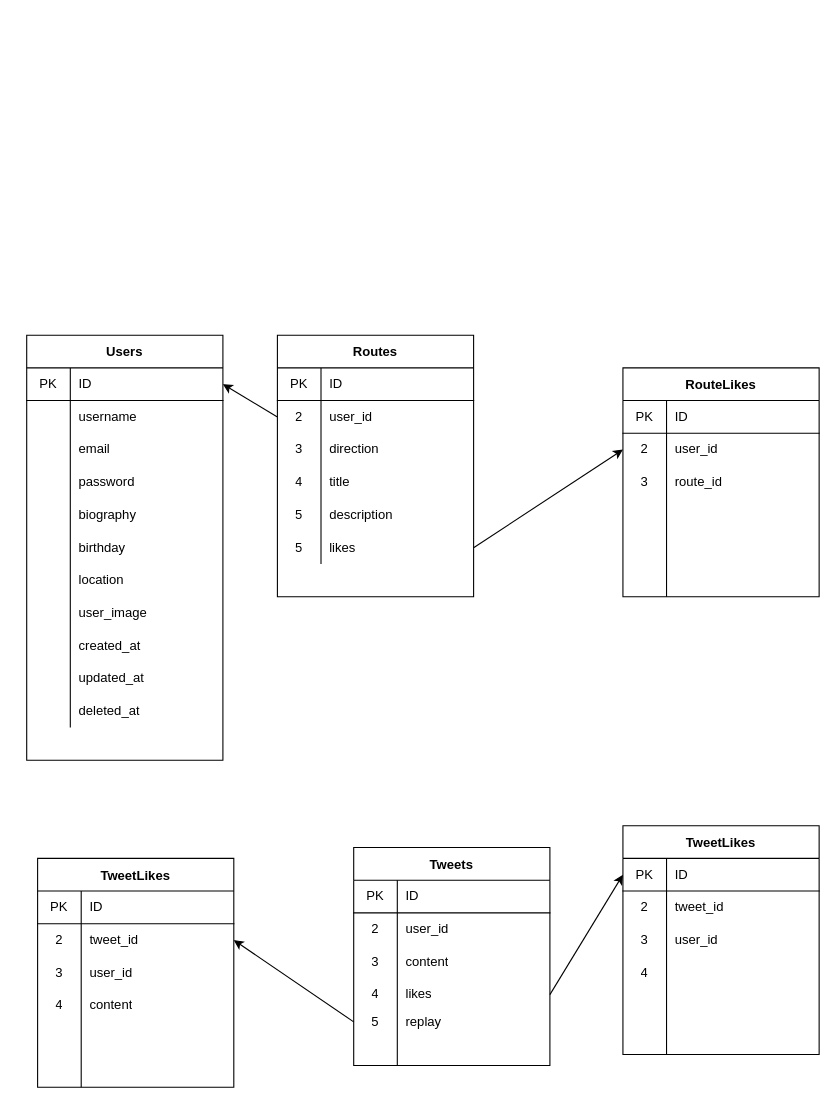
Before: api/ER.drawio in mamyudapao/CyclingRouter, a draw.io diagram. Source tidied: cells renumbered, new cells numbered last; positions are measured from the earlier drawing's top-left corner, leaving out a move shared by most shapes. Both pictures are drawn from the tidied source at 109%, with x=0, y=0 at pixel (26, 335).
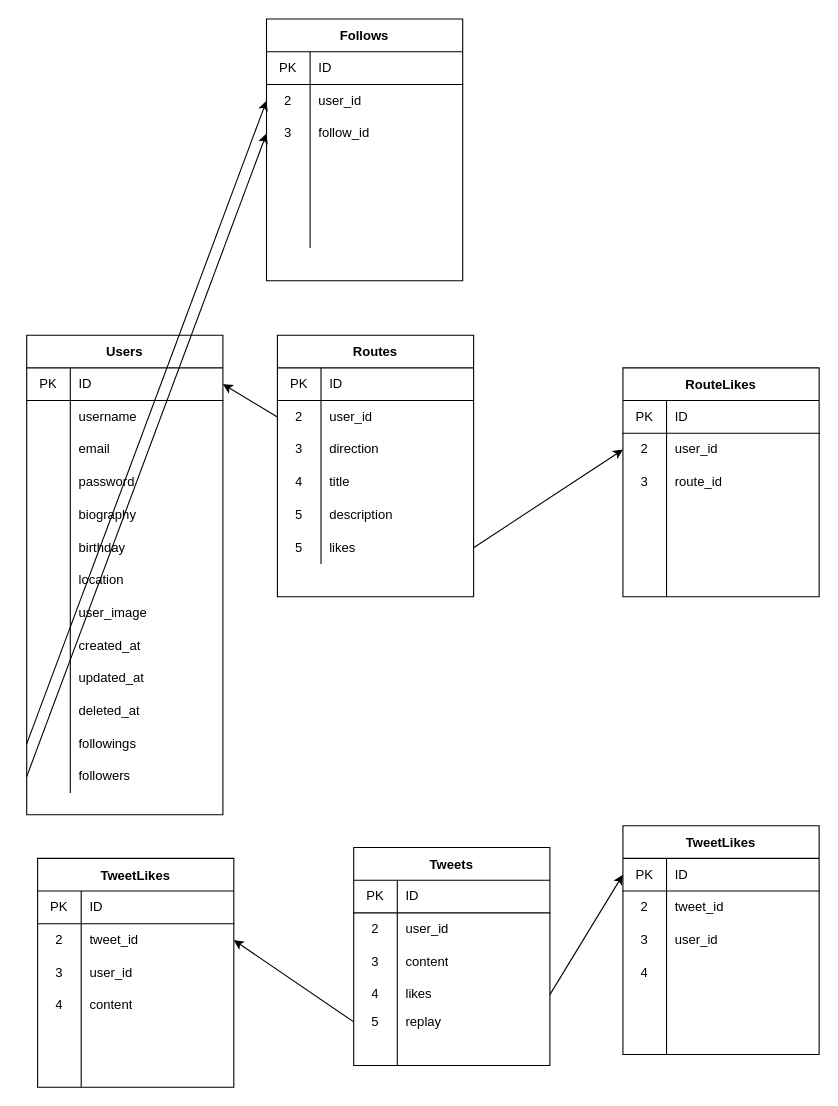
The same diagram, later.

Commit message (it also covers changes not shown here):
feat[api]: implemented follow api

Change to the diagram source:
```diff
@@
     <mxCell id="2" value="Users" style="shape=table;startSize=30;childLayout=tableLayout;rowLines=0;fontStyle=1;align=center;" parent="1" vertex="1">
-      <mxGeometry width="180" height="390" as="geometry" />
+      <mxGeometry width="180" height="440" as="geometry" />
     </mxCell>
@@
+    <mxCell id="135" style="shape=partialRectangle;html=1;whiteSpace=wrap;fillColor=none;top=0;left=0;bottom=0;right=0;" parent="2" vertex="1">
+      <mxGeometry y="330" width="180" height="30" as="geometry" />
+    </mxCell>
+    <mxCell id="136" style="shape=partialRectangle;html=1;whiteSpace=wrap;fillColor=none;top=0;left=0;bottom=0;right=0;overflow=hidden;" parent="135" vertex="1">
+      <mxGeometry width="40" height="30" as="geometry" />
+    </mxCell>
+    <mxCell id="137" value="deleted_at" style="shape=partialRectangle;html=1;whiteSpace=wrap;fillColor=none;top=0;left=0;bottom=0;right=0;align=left;spacingLeft=6;overflow=hidden;" parent="135" vertex="1">
+      <mxGeometry x="40" width="140" height="30" as="geometry" />
+    </mxCell>
+    <mxCell id="138" style="shape=partialRectangle;html=1;whiteSpace=wrap;fillColor=none;top=0;left=0;bottom=0;right=0;points=[[0,0.5],[1,0.5]];portConstraint=eastwest;" parent="2" vertex="1">
+      <mxGeometry y="360" width="180" height="30" as="geometry" />
+    </mxCell>
+    <mxCell id="139" style="shape=partialRectangle;html=1;whiteSpace=wrap;fillColor=none;top=0;left=0;bottom=0;right=0;overflow=hidden;" parent="138" vertex="1">
+      <mxGeometry width="40" height="30" as="geometry" />
+    </mxCell>
+    <mxCell id="140" value="followings" style="shape=partialRectangle;html=1;whiteSpace=wrap;fillColor=none;top=0;left=0;bottom=0;right=0;align=left;spacingLeft=6;overflow=hidden;" parent="138" vertex="1">
+      <mxGeometry x="40" width="140" height="30" as="geometry" />
+    </mxCell>
     <mxCell id="33" style="shape=partialRectangle;html=1;whiteSpace=wrap;fillColor=none;top=0;left=0;bottom=0;right=0;points=[[0,0.5],[1,0.5]];portConstraint=eastwest;" parent="2" vertex="1">
-      <mxGeometry y="330" width="180" height="30" as="geometry" />
+      <mxGeometry y="390" width="180" height="30" as="geometry" />
     </mxCell>
@@
-    <mxCell id="35" value="deleted_at" style="shape=partialRectangle;html=1;whiteSpace=wrap;fillColor=none;top=0;left=0;bottom=0;right=0;align=left;spacingLeft=6;overflow=hidden;" parent="33" vertex="1">
+    <mxCell id="35" value="followers" style="shape=partialRectangle;html=1;whiteSpace=wrap;fillColor=none;top=0;left=0;bottom=0;right=0;align=left;spacingLeft=6;overflow=hidden;" parent="33" vertex="1">
       <mxGeometry x="40" width="140" height="30" as="geometry" />
     </mxCell>
@@
+    <mxCell id="141" value="Follows" style="shape=table;startSize=30;childLayout=tableLayout;rowLines=0;fontStyle=1;align=center;" parent="1" vertex="1">
+      <mxGeometry x="220" y="-290" width="180" height="240" as="geometry" />
+    </mxCell>
+    <mxCell id="142" style="shape=partialRectangle;html=1;whiteSpace=wrap;fillColor=none;top=0;left=0;bottom=1;right=0;" parent="141" vertex="1">
+      <mxGeometry y="30" width="180" height="30" as="geometry" />
+    </mxCell>
+    <mxCell id="143" value="PK&lt;br&gt;" style="shape=partialRectangle;html=1;whiteSpace=wrap;fillColor=none;top=0;left=0;bottom=0;right=0;overflow=hidden;" parent="142" vertex="1">
+      <mxGeometry width="40" height="30" as="geometry" />
+    </mxCell>
+    <mxCell id="144" value="ID" style="shape=partialRectangle;html=1;whiteSpace=wrap;fillColor=none;top=0;left=0;bottom=0;right=0;align=left;spacingLeft=6;overflow=hidden;" parent="142" vertex="1">
+      <mxGeometry x="40" width="140" height="30" as="geometry" />
+    </mxCell>
+    <mxCell id="145" style="shape=partialRectangle;html=1;whiteSpace=wrap;fillColor=none;top=0;left=0;bottom=0;right=0;points=[[0,0.5],[1,0.5]];portConstraint=eastwest;" parent="141" vertex="1">
+      <mxGeometry y="60" width="180" height="30" as="geometry" />
+    </mxCell>
+    <mxCell id="146" value="2" style="shape=partialRectangle;html=1;whiteSpace=wrap;fillColor=none;top=0;left=0;bottom=0;right=0;overflow=hidden;" parent="145" vertex="1">
+      <mxGeometry width="40" height="30" as="geometry" />
+    </mxCell>
+    <mxCell id="147" value="user_id" style="shape=partialRectangle;html=1;whiteSpace=wrap;fillColor=none;top=0;left=0;bottom=0;right=0;align=left;spacingLeft=6;overflow=hidden;" parent="145" vertex="1">
+      <mxGeometry x="40" width="140" height="30" as="geometry" />
+    </mxCell>
+    <mxCell id="148" style="shape=partialRectangle;html=1;whiteSpace=wrap;fillColor=none;top=0;left=0;bottom=0;right=0;points=[[0,0.5],[1,0.5]];portConstraint=eastwest;" parent="141" vertex="1">
+      <mxGeometry y="90" width="180" height="30" as="geometry" />
+    </mxCell>
+    <mxCell id="149" value="3" style="shape=partialRectangle;html=1;whiteSpace=wrap;fillColor=none;top=0;left=0;bottom=0;right=0;overflow=hidden;" parent="148" vertex="1">
+      <mxGeometry width="40" height="30" as="geometry" />
+    </mxCell>
+    <mxCell id="150" value="follow_id" style="shape=partialRectangle;html=1;whiteSpace=wrap;fillColor=none;top=0;left=0;bottom=0;right=0;align=left;spacingLeft=6;overflow=hidden;" parent="148" vertex="1">
+      <mxGeometry x="40" width="140" height="30" as="geometry" />
+    </mxCell>
+    <mxCell id="151" style="shape=partialRectangle;html=1;whiteSpace=wrap;fillColor=none;top=0;left=0;bottom=0;right=0;" parent="141" vertex="1">
+      <mxGeometry y="120" width="180" height="30" as="geometry" />
+    </mxCell>
+    <mxCell id="152" style="shape=partialRectangle;html=1;whiteSpace=wrap;fillColor=none;top=0;left=0;bottom=0;right=0;overflow=hidden;" parent="151" vertex="1">
+      <mxGeometry width="40" height="30" as="geometry" />
+    </mxCell>
+    <mxCell id="153" style="shape=partialRectangle;html=1;whiteSpace=wrap;fillColor=none;top=0;left=0;bottom=0;right=0;align=left;spacingLeft=6;overflow=hidden;" parent="151" vertex="1">
+      <mxGeometry x="40" width="140" height="30" as="geometry" />
+    </mxCell>
+    <mxCell id="154" style="shape=partialRectangle;html=1;whiteSpace=wrap;fillColor=none;top=0;left=0;bottom=0;right=0;" parent="141" vertex="1">
+      <mxGeometry y="150" width="180" height="30" as="geometry" />
+    </mxCell>
+    <mxCell id="155" style="shape=partialRectangle;html=1;whiteSpace=wrap;fillColor=none;top=0;left=0;bottom=0;right=0;overflow=hidden;" parent="154" vertex="1">
+      <mxGeometry width="40" height="30" as="geometry" />
+    </mxCell>
+    <mxCell id="156" style="shape=partialRectangle;html=1;whiteSpace=wrap;fillColor=none;top=0;left=0;bottom=0;right=0;align=left;spacingLeft=6;overflow=hidden;" parent="154" vertex="1">
+      <mxGeometry x="40" width="140" height="30" as="geometry" />
+    </mxCell>
+    <mxCell id="157" style="shape=partialRectangle;html=1;whiteSpace=wrap;fillColor=none;top=0;left=0;bottom=0;right=0;" parent="141" vertex="1">
+      <mxGeometry y="180" width="180" height="30" as="geometry" />
+    </mxCell>
+    <mxCell id="158" style="shape=partialRectangle;html=1;whiteSpace=wrap;fillColor=none;top=0;left=0;bottom=0;right=0;overflow=hidden;" parent="157" vertex="1">
+      <mxGeometry width="40" height="30" as="geometry" />
+    </mxCell>
+    <mxCell id="159" style="shape=partialRectangle;html=1;whiteSpace=wrap;fillColor=none;top=0;left=0;bottom=0;right=0;align=left;spacingLeft=6;overflow=hidden;" parent="157" vertex="1">
+      <mxGeometry x="40" width="140" height="30" as="geometry" />
+    </mxCell>
+    <mxCell id="160" style="edgeStyle=none;html=1;exitX=0;exitY=0.5;exitDx=0;exitDy=0;entryX=0;entryY=0.5;entryDx=0;entryDy=0;" parent="1" edge="1" source="138" target="145">
+      <mxGeometry relative="1" as="geometry" />
+    </mxCell>
+    <mxCell id="161" style="edgeStyle=none;html=1;exitX=0;exitY=0.5;exitDx=0;exitDy=0;entryX=0;entryY=0.5;entryDx=0;entryDy=0;" parent="1" edge="1" source="33" target="148">
+      <mxGeometry relative="1" as="geometry" />
+    </mxCell>
```
